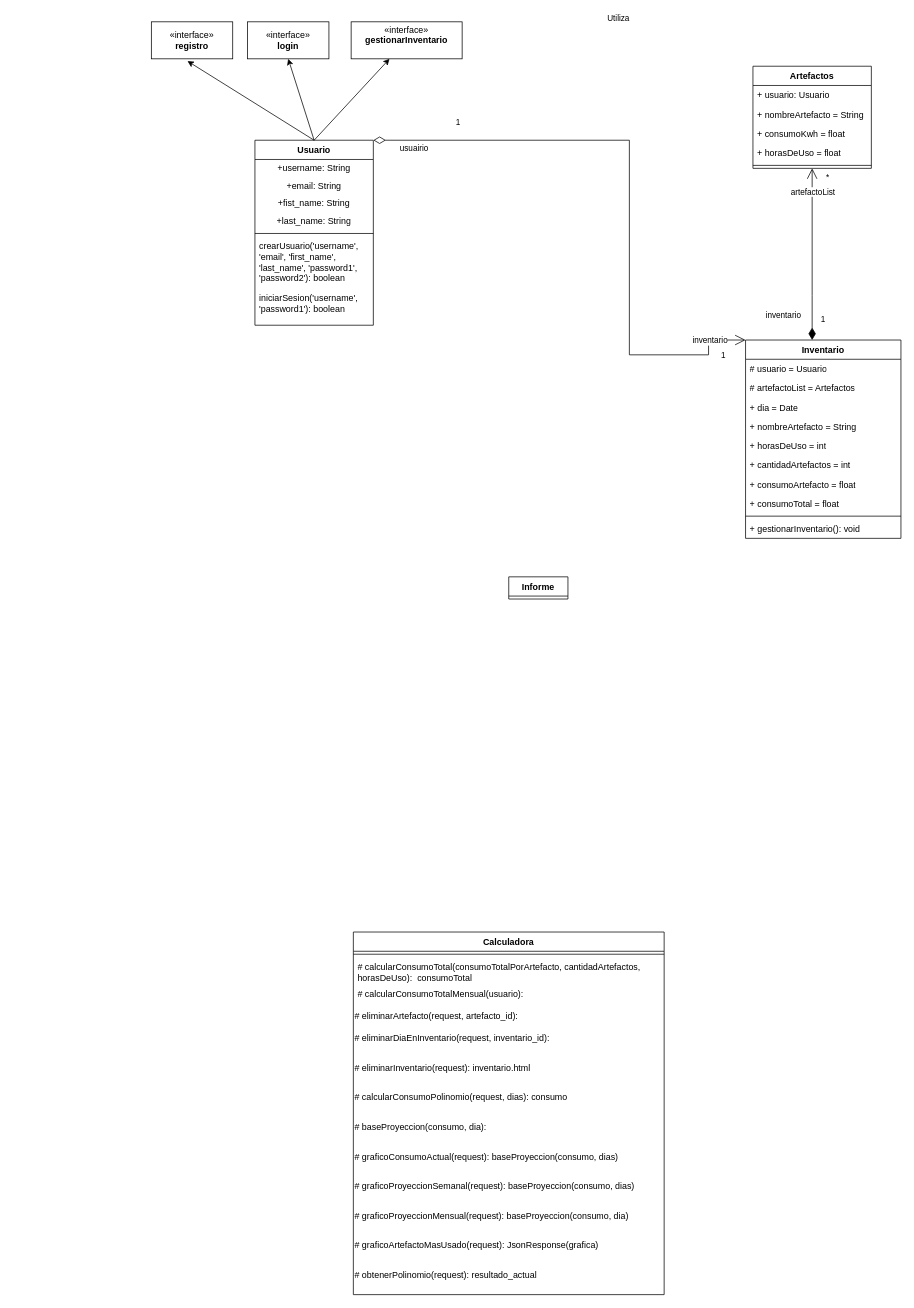
Earlier version of the draw.io diagram consumoEnergia.drawio (SantiagoTamayo2002/UML). Source tidied: cells renumbered, new cells numbered last; positions are measured from the earlier drawing's top-left corner, leaving out a move shared by most shapes. Both pictures are drawn from the tidied source at 74%, with x=0, y=0 at pixel (151, 21).
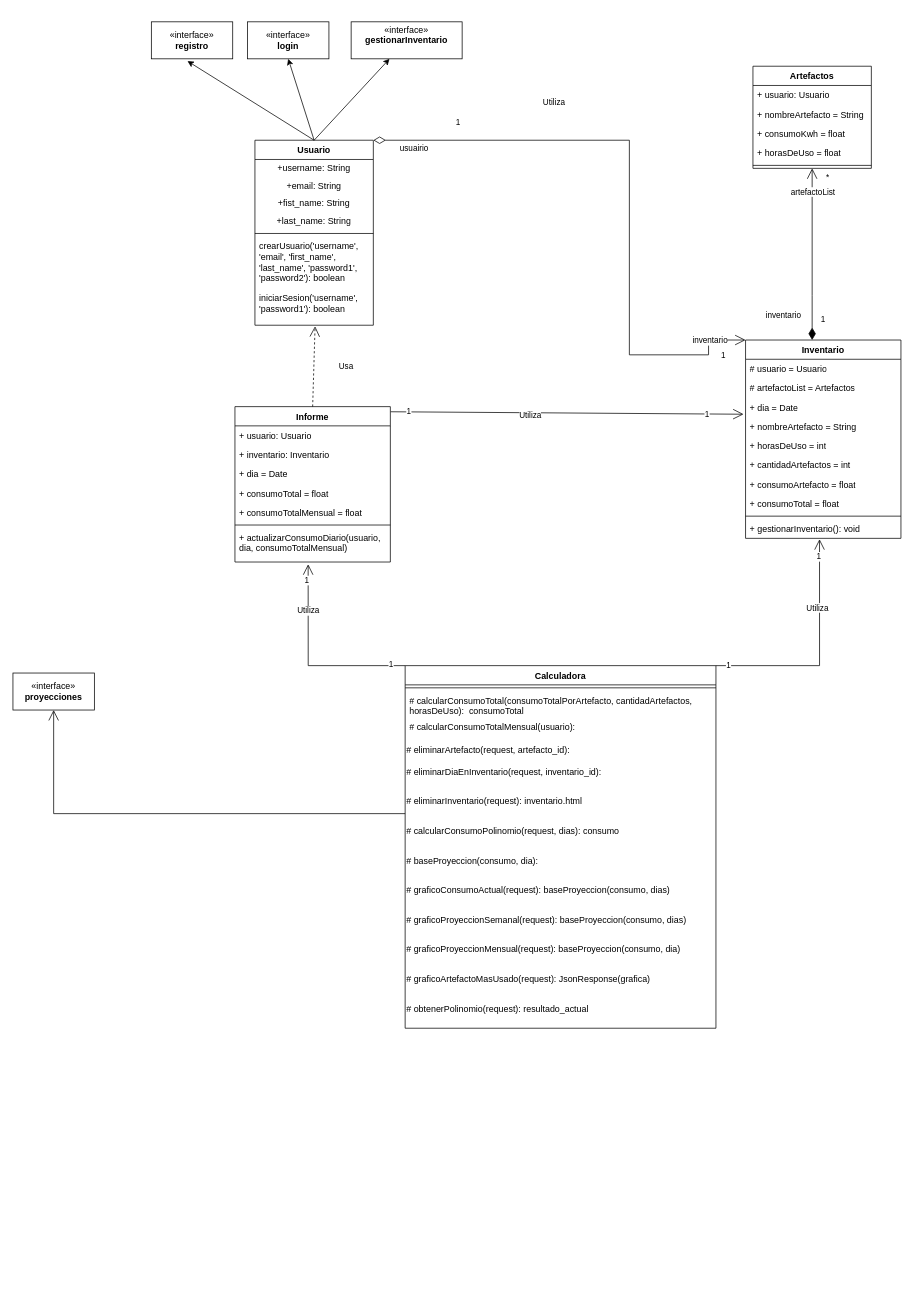
After the change.

The change refers to these unchanged cells:
```xml
<mxCell id="9" value="iniciarSesion('username', 'password1'): boolean" style="text;strokeColor=none;fillColor=none;align=left;verticalAlign=top;spacingLeft=4;spacingRight=4;overflow=hidden;points=[[0,0.5],[1,0.5]];portConstraint=eastwest;whiteSpace=wrap;html=1;" parent="2" vertex="1">
  <mxGeometry y="200" width="160" height="50" as="geometry" />
</mxCell>
<mxCell id="13" value="+ dia = Date" style="text;strokeColor=none;fillColor=none;align=left;verticalAlign=top;spacingLeft=4;spacingRight=4;overflow=hidden;points=[[0,0.5],[1,0.5]];portConstraint=eastwest;whiteSpace=wrap;html=1;" parent="10" vertex="1">
  <mxGeometry y="78" width="210" height="26" as="geometry" />
</mxCell>
<mxCell id="20" value="+ gestionarInventario(): void" style="text;strokeColor=none;fillColor=none;align=left;verticalAlign=top;spacingLeft=4;spacingRight=4;overflow=hidden;points=[[0,0.5],[1,0.5]];portConstraint=eastwest;whiteSpace=wrap;html=1;" parent="10" vertex="1">
  <mxGeometry y="242" width="210" height="26" as="geometry" />
</mxCell>
<mxCell id="28" value="# eliminarInventario(request): inventario.html" style="text;whiteSpace=wrap;" parent="22" vertex="1">
  <mxGeometry y="170" width="420" height="40" as="geometry" />
</mxCell>
<mxCell id="42" value="1" style="endArrow=open;html=1;endSize=12;startArrow=diamondThin;startSize=14;startFill=0;edgeStyle=orthogonalEdgeStyle;align=left;verticalAlign=bottom;rounded=0;entryX=0;entryY=0;entryDx=0;entryDy=0;" parent="1" edge="1" source="2" target="10">
  <mxGeometry x="-0.73" y="15" relative="1" as="geometry">
    <Array as="points">
      <mxPoint x="646" y="160" />
      <mxPoint x="646" y="450" />
      <mxPoint x="753" y="450" />
      <mxPoint x="753" y="430" />
    </Array>
  </mxGeometry>
</mxCell>
```

What changed in the source:
```diff
@@
-    <mxCell id="21" value="Informe" style="swimlane;fontStyle=1;align=center;verticalAlign=top;horizontal=1;startSize=26;whiteSpace=wrap;html=1;" parent="1" vertex="1" collapsed="1">
-      <mxGeometry x="483" y="750" width="80" height="30" as="geometry" />
+    <mxCell id="21" value="Informe" style="swimlane;fontStyle=1;align=center;verticalAlign=top;horizontal=1;startSize=26;whiteSpace=wrap;html=1;" parent="1" vertex="1">
+      <mxGeometry x="113" y="520" width="210" height="210" as="geometry" />
     </mxCell>
+    <mxCell id="57" value="+ usuario: Usuario" style="text;strokeColor=none;fillColor=none;align=left;verticalAlign=top;spacingLeft=4;spacingRight=4;overflow=hidden;whiteSpace=wrap;html=1;" parent="21" vertex="1">
+      <mxGeometry y="26" width="210" height="26" as="geometry" />
+    </mxCell>
+    <mxCell id="58" value="+ inventario: Inventario" style="text;strokeColor=none;fillColor=none;align=left;verticalAlign=top;spacingLeft=4;spacingRight=4;overflow=hidden;whiteSpace=wrap;html=1;" parent="21" vertex="1">
+      <mxGeometry y="52" width="210" height="26" as="geometry" />
+    </mxCell>
+    <mxCell id="59" value="+ dia = Date" style="text;strokeColor=none;fillColor=none;align=left;verticalAlign=top;spacingLeft=4;spacingRight=4;overflow=hidden;whiteSpace=wrap;html=1;" parent="21" vertex="1">
+      <mxGeometry y="78" width="210" height="26" as="geometry" />
+    </mxCell>
+    <mxCell id="60" value="+ consumoTotal = float" style="text;strokeColor=none;fillColor=none;align=left;verticalAlign=top;spacingLeft=4;spacingRight=4;overflow=hidden;whiteSpace=wrap;html=1;" parent="21" vertex="1">
+      <mxGeometry y="104" width="210" height="26" as="geometry" />
+    </mxCell>
+    <mxCell id="61" value="+ consumoTotalMensual = float" style="text;strokeColor=none;fillColor=none;align=left;verticalAlign=top;spacingLeft=4;spacingRight=4;overflow=hidden;whiteSpace=wrap;html=1;" parent="21" vertex="1">
+      <mxGeometry y="130" width="210" height="26" as="geometry" />
+    </mxCell>
+    <mxCell id="62" style="line;strokeWidth=1;fillColor=none;align=left;verticalAlign=middle;spacingTop=-1;spacingLeft=3;spacingRight=3;labelPosition=right;strokeColor=inherit;" parent="21" vertex="1">
+      <mxGeometry y="156" width="210" height="8" as="geometry" />
+    </mxCell>
+    <mxCell id="63" value="+ actualizarConsumoDiario(usuario, dia, consumoTotalMensual)" style="text;strokeColor=none;fillColor=none;align=left;verticalAlign=top;spacingLeft=4;spacingRight=4;overflow=hidden;points=[[0,0.5],[1,0.5]];portConstraint=eastwest;whiteSpace=wrap;html=1;" parent="21" vertex="1">
+      <mxGeometry y="164" width="210" height="46" as="geometry" />
+    </mxCell>
     <mxCell id="22" value="Calculadora" style="swimlane;fontStyle=1;align=center;verticalAlign=top;horizontal=1;startSize=26;whiteSpace=wrap;html=1;" parent="1" vertex="1">
-      <mxGeometry x="273" y="1230" width="420" height="490" as="geometry" />
+      <mxGeometry x="343" y="870" width="420" height="490" as="geometry" />
     </mxCell>
@@
     <mxCell id="44" value="Utiliza" style="edgeLabel;html=1;align=center;verticalAlign=middle;" parent="42" vertex="1">
       <mxGeometry x="0.07" y="-1" relative="1" as="geometry">
-        <mxPoint x="-15" y="-255" as="offset" />
+        <mxPoint x="-102" y="-141" as="offset" />
       </mxGeometry>
     </mxCell>
@@
+    <mxCell id="64" value="Usa" style="endArrow=open;endSize=12;dashed=1;html=1;rounded=0;exitX=0.5;exitY=0;exitDx=0;exitDy=0;entryX=0.508;entryY=1.028;entryDx=0;entryDy=0;entryPerimeter=0;" parent="1" edge="1" source="21" target="9">
+      <mxGeometry x="0.04" y="-43" relative="1" as="geometry" />
+    </mxCell>
+    <mxCell id="65" style="endArrow=open;endFill=1;endSize=12;html=1;rounded=0;exitX=1.002;exitY=0.033;exitDx=0;exitDy=0;exitPerimeter=0;entryX=-0.013;entryY=0.857;entryDx=0;entryDy=0;entryPerimeter=0;" parent="1" edge="1" source="21" target="13">
+      <mxGeometry relative="1" as="geometry" />
+    </mxCell>
+    <mxCell id="66" value="Utiliza" style="edgeLabel;html=1;align=center;verticalAlign=middle;" parent="65" vertex="1">
+      <mxGeometry x="-0.21" y="-3" relative="1" as="geometry" />
+    </mxCell>
+    <mxCell id="67" value="1" style="edgeLabel;html=1;align=center;verticalAlign=middle;" parent="65" vertex="1">
+      <mxGeometry x="-0.9" y="1" relative="1" as="geometry" />
+    </mxCell>
+    <mxCell id="68" value="1&lt;br&gt;" style="edgeLabel;html=1;align=center;verticalAlign=middle;" parent="65" vertex="1">
+      <mxGeometry x="0.79" y="-1" relative="1" as="geometry" />
+    </mxCell>
+    <mxCell id="69" style="endArrow=open;endFill=1;endSize=12;html=1;rounded=0;exitX=0;exitY=0;exitDx=0;exitDy=0;entryX=0.471;entryY=1.066;entryDx=0;entryDy=0;entryPerimeter=0;" parent="1" edge="1" source="22" target="63">
+      <mxGeometry relative="1" as="geometry">
+        <Array as="points">
+          <mxPoint x="212" y="870" />
+        </Array>
+      </mxGeometry>
+    </mxCell>
+    <mxCell id="70" value="Utiliza" style="edgeLabel;html=1;align=center;verticalAlign=middle;" parent="69" vertex="1">
+      <mxGeometry x="0.54" relative="1" as="geometry" />
+    </mxCell>
+    <mxCell id="71" value="1" style="edgeLabel;html=1;align=center;verticalAlign=middle;" parent="69" vertex="1">
+      <mxGeometry x="0.84" y="2" relative="1" as="geometry" />
+    </mxCell>
+    <mxCell id="72" value="1" style="edgeLabel;html=1;align=center;verticalAlign=middle;" parent="69" vertex="1">
+      <mxGeometry x="-0.85" y="-2" relative="1" as="geometry" />
+    </mxCell>
+    <mxCell id="73" style="endArrow=open;endFill=1;endSize=12;html=1;rounded=0;exitX=1;exitY=0;exitDx=0;exitDy=0;entryX=0.476;entryY=1.045;entryDx=0;entryDy=0;entryPerimeter=0;" parent="1" edge="1" source="22" target="20">
+      <mxGeometry relative="1" as="geometry">
+        <Array as="points">
+          <mxPoint x="903" y="870" />
+        </Array>
+      </mxGeometry>
+    </mxCell>
+    <mxCell id="74" value="1" style="edgeLabel;html=1;align=center;verticalAlign=middle;" parent="73" vertex="1">
+      <mxGeometry x="0.85" y="1" relative="1" as="geometry" />
+    </mxCell>
+    <mxCell id="75" value="1" style="edgeLabel;html=1;align=center;verticalAlign=middle;" parent="73" vertex="1">
+      <mxGeometry x="-0.9" y="1" relative="1" as="geometry" />
+    </mxCell>
+    <mxCell id="76" value="Utiliza" style="edgeLabel;html=1;align=center;verticalAlign=middle;" parent="73" vertex="1">
+      <mxGeometry x="0.41" y="3" relative="1" as="geometry" />
+    </mxCell>
+    <mxCell id="77" value="«interface»&lt;br&gt;&lt;b&gt;proyecciones&lt;br&gt;&lt;/b&gt;" style="html=1;whiteSpace=wrap;" parent="1" vertex="1">
+      <mxGeometry x="-187" y="880" width="110" height="50" as="geometry" />
+    </mxCell>
+    <mxCell id="78" style="endArrow=open;endFill=1;endSize=12;html=1;rounded=0;entryX=0.5;entryY=1;entryDx=0;entryDy=0;exitX=0;exitY=0.75;exitDx=0;exitDy=0;" parent="1" edge="1" source="28" target="77">
+      <mxGeometry relative="1" as="geometry">
+        <Array as="points">
+          <mxPoint x="-132" y="1070" />
+        </Array>
+      </mxGeometry>
+    </mxCell>
```
